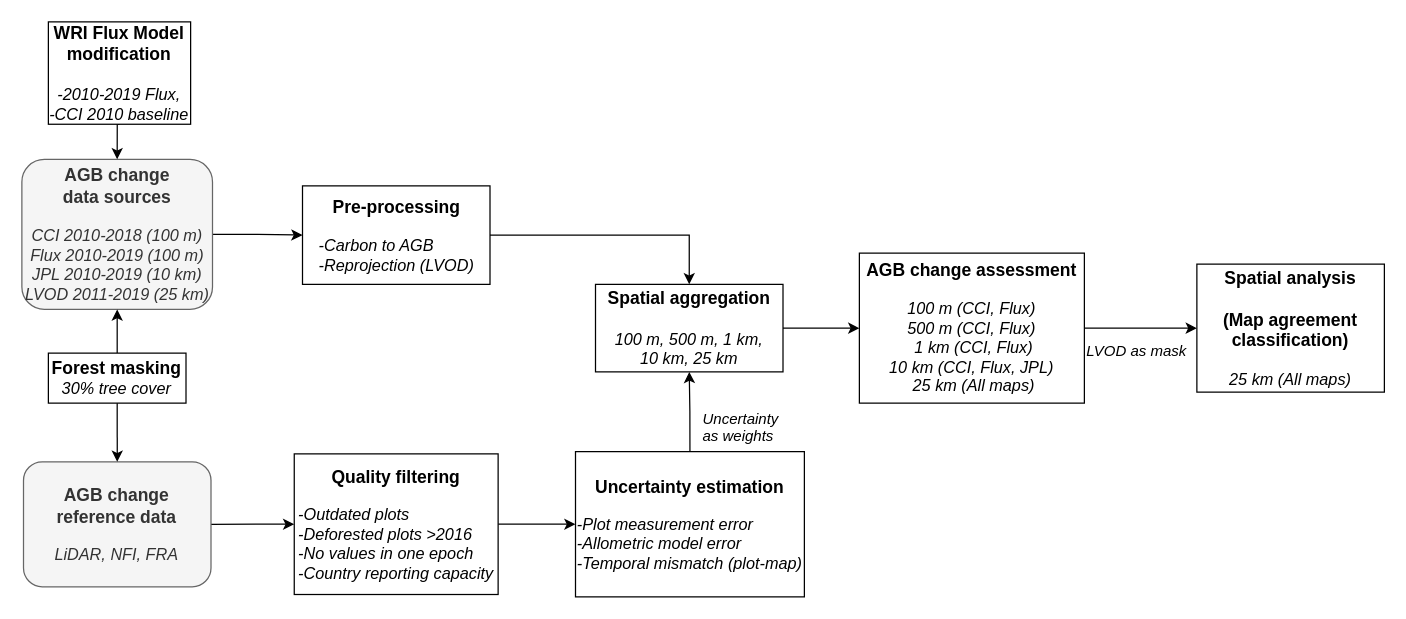
The draw.io diagram paper2.drawio in arnanaraza/diagrams, before the edit. Source tidied: cells renumbered, new cells numbered last; positions are measured from the earlier drawing's top-left corner, leaving out a move shared by most shapes. Both pictures are drawn from the tidied source at 125%, with x=0, y=0 at pixel (21, 21).
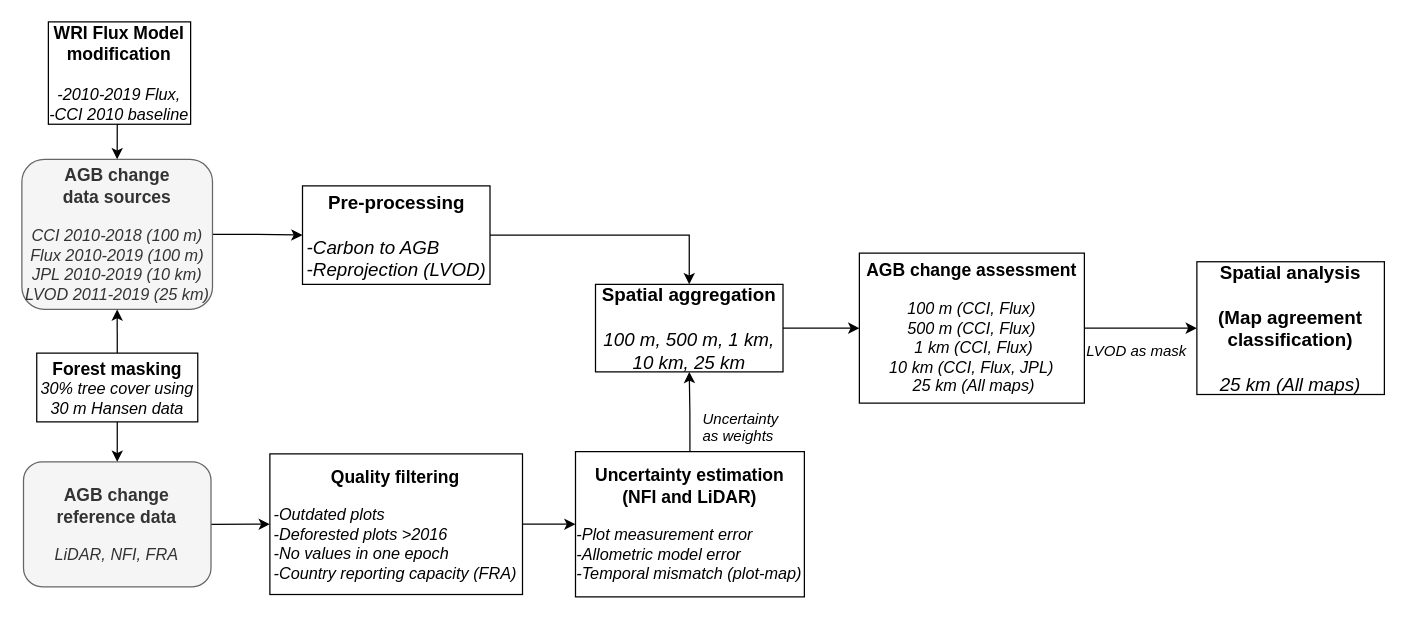
The same page after the edit.

Diff of the diagram source:
```diff
@@
-    <mxCell id="9" value="&lt;span style=&quot;font-size: 14px;&quot;&gt;&lt;b&gt;Uncertainty estimation&lt;/b&gt;&lt;/span&gt;&lt;br style=&quot;border-color: var(--border-color);&quot;&gt;&lt;div style=&quot;border-color: var(--border-color); text-align: left;&quot;&gt;&lt;i style=&quot;border-color: var(--border-color); background-color: initial;&quot;&gt;&lt;br&gt;&lt;/i&gt;&lt;/div&gt;&lt;div style=&quot;border-color: var(--border-color); text-align: left; font-size: 13px;&quot;&gt;&lt;i&gt;&lt;font style=&quot;font-size: 13px;&quot;&gt;-Plot measurement error&lt;/font&gt;&lt;/i&gt;&lt;/div&gt;&lt;div style=&quot;border-color: var(--border-color); text-align: left; font-size: 13px;&quot;&gt;&lt;i&gt;&lt;font style=&quot;font-size: 13px;&quot;&gt;-Allometric model error&lt;/font&gt;&lt;/i&gt;&lt;/div&gt;&lt;div style=&quot;border-color: var(--border-color); text-align: left; font-size: 13px;&quot;&gt;&lt;i&gt;&lt;font style=&quot;font-size: 13px;&quot;&gt;-Temporal mismatch (plot-map)&lt;/font&gt;&lt;/i&gt;&lt;/div&gt;" style="rounded=0;whiteSpace=wrap;html=1;" parent="1" vertex="1">
+    <mxCell id="9" value="&lt;span style=&quot;font-size: 14px;&quot;&gt;&lt;b&gt;Uncertainty estimation (NFI and LiDAR)&lt;/b&gt;&lt;/span&gt;&lt;br style=&quot;border-color: var(--border-color);&quot;&gt;&lt;div style=&quot;border-color: var(--border-color); text-align: left;&quot;&gt;&lt;i style=&quot;border-color: var(--border-color); background-color: initial;&quot;&gt;&lt;br&gt;&lt;/i&gt;&lt;/div&gt;&lt;div style=&quot;border-color: var(--border-color); text-align: left; font-size: 13px;&quot;&gt;&lt;i&gt;&lt;font style=&quot;font-size: 13px;&quot;&gt;-Plot measurement error&lt;/font&gt;&lt;/i&gt;&lt;/div&gt;&lt;div style=&quot;border-color: var(--border-color); text-align: left; font-size: 13px;&quot;&gt;&lt;i&gt;&lt;font style=&quot;font-size: 13px;&quot;&gt;-Allometric model error&lt;/font&gt;&lt;/i&gt;&lt;/div&gt;&lt;div style=&quot;border-color: var(--border-color); text-align: left; font-size: 13px;&quot;&gt;&lt;i&gt;&lt;font style=&quot;font-size: 13px;&quot;&gt;-Temporal mismatch (plot-map)&lt;/font&gt;&lt;/i&gt;&lt;/div&gt;" style="rounded=0;whiteSpace=wrap;html=1;" parent="1" vertex="1">
       <mxGeometry x="442.9" y="343.8" width="183.1" height="116.2" as="geometry" />
     </mxCell>
@@
-    <mxCell id="11" value="&lt;b style=&quot;font-size: 14px;&quot;&gt;Quality filtering&lt;br&gt;&lt;/b&gt;&lt;br&gt;&lt;div style=&quot;text-align: left; font-size: 13px;&quot;&gt;&lt;i style=&quot;background-color: initial; border-color: var(--border-color);&quot;&gt;-&lt;font style=&quot;font-size: 13px;&quot;&gt;Outdated plots&lt;/font&gt;&lt;/i&gt;&lt;/div&gt;&lt;div style=&quot;text-align: left; font-size: 13px;&quot;&gt;&lt;i style=&quot;background-color: initial; border-color: var(--border-color);&quot;&gt;&lt;font style=&quot;font-size: 13px;&quot;&gt;-Deforested plots &amp;gt;2016&amp;nbsp;&lt;/font&gt;&lt;/i&gt;&lt;/div&gt;&lt;i style=&quot;border-color: var(--border-color); font-size: 13px;&quot;&gt;&lt;div style=&quot;text-align: left;&quot;&gt;&lt;i style=&quot;background-color: initial; border-color: var(--border-color);&quot;&gt;&lt;i style=&quot;border-color: var(--border-color);&quot;&gt;&lt;font style=&quot;font-size: 13px;&quot;&gt;-No values in one epoch&lt;/font&gt;&lt;/i&gt;&lt;/i&gt;&lt;/div&gt;&lt;i style=&quot;border-color: var(--border-color);&quot;&gt;&lt;div style=&quot;text-align: left;&quot;&gt;&lt;i style=&quot;background-color: initial; border-color: var(--border-color);&quot;&gt;&lt;i style=&quot;border-color: var(--border-color);&quot;&gt;&lt;i style=&quot;border-color: var(--border-color);&quot;&gt;&lt;font style=&quot;font-size: 13px;&quot;&gt;-Country reporting capacit&lt;/font&gt;y&lt;/i&gt;&lt;/i&gt;&lt;/i&gt;&lt;/div&gt;&lt;/i&gt;&lt;/i&gt;" style="rounded=0;whiteSpace=wrap;html=1;" parent="1" vertex="1">
-      <mxGeometry x="217.9" y="345.6" width="163.1" height="112.5" as="geometry" />
+    <mxCell id="11" value="&lt;b style=&quot;font-size: 14px;&quot;&gt;Quality filtering&lt;br&gt;&lt;/b&gt;&lt;br&gt;&lt;div style=&quot;text-align: left; font-size: 13px;&quot;&gt;&lt;i style=&quot;background-color: initial; border-color: var(--border-color);&quot;&gt;-&lt;font style=&quot;font-size: 13px;&quot;&gt;Outdated plots&lt;/font&gt;&lt;/i&gt;&lt;/div&gt;&lt;div style=&quot;text-align: left; font-size: 13px;&quot;&gt;&lt;i style=&quot;background-color: initial; border-color: var(--border-color);&quot;&gt;&lt;font style=&quot;font-size: 13px;&quot;&gt;-Deforested plots &amp;gt;2016&amp;nbsp;&lt;/font&gt;&lt;/i&gt;&lt;/div&gt;&lt;i style=&quot;border-color: var(--border-color); font-size: 13px;&quot;&gt;&lt;div style=&quot;text-align: left;&quot;&gt;&lt;i style=&quot;background-color: initial; border-color: var(--border-color);&quot;&gt;&lt;i style=&quot;border-color: var(--border-color);&quot;&gt;&lt;font style=&quot;font-size: 13px;&quot;&gt;-No values in one epoch&lt;/font&gt;&lt;/i&gt;&lt;/i&gt;&lt;/div&gt;&lt;i style=&quot;border-color: var(--border-color);&quot;&gt;&lt;div style=&quot;text-align: left;&quot;&gt;&lt;i style=&quot;background-color: initial; border-color: var(--border-color);&quot;&gt;&lt;i style=&quot;border-color: var(--border-color);&quot;&gt;&lt;i style=&quot;border-color: var(--border-color);&quot;&gt;&lt;font style=&quot;font-size: 13px;&quot;&gt;-Country reporting capacit&lt;/font&gt;y (FRA)&lt;/i&gt;&lt;/i&gt;&lt;/i&gt;&lt;/div&gt;&lt;/i&gt;&lt;/i&gt;" style="rounded=0;whiteSpace=wrap;html=1;" parent="1" vertex="1">
+      <mxGeometry x="198.4" y="345.6" width="202.1" height="112.5" as="geometry" />
     </mxCell>
@@
-    <mxCell id="13" value="&lt;b&gt;&lt;font style=&quot;font-size: 14px;&quot;&gt;Pre-processing&lt;/font&gt;&lt;/b&gt;&lt;br&gt;&lt;i style=&quot;font-size: 13px;&quot;&gt;&lt;div style=&quot;text-align: left;&quot;&gt;&lt;i style=&quot;background-color: initial;&quot;&gt;&lt;font style=&quot;font-size: 13px;&quot;&gt;&lt;br&gt;&lt;/font&gt;&lt;/i&gt;&lt;/div&gt;&lt;div style=&quot;text-align: left;&quot;&gt;&lt;i style=&quot;background-color: initial;&quot;&gt;&lt;font style=&quot;font-size: 13px;&quot;&gt;-Carbon to AGB&amp;nbsp;&lt;/font&gt;&lt;/i&gt;&lt;/div&gt;&lt;div style=&quot;text-align: left;&quot;&gt;&lt;i style=&quot;background-color: initial;&quot;&gt;&lt;font style=&quot;font-size: 13px;&quot;&gt;-Reprojection (LVOD)&lt;/font&gt;&lt;/i&gt;&lt;/div&gt;&lt;/i&gt;" style="rounded=0;whiteSpace=wrap;html=1;" parent="1" vertex="1">
+    <mxCell id="13" value="&lt;b style=&quot;font-size: 15px;&quot;&gt;&lt;font style=&quot;font-size: 15px;&quot;&gt;Pre-processing&lt;/font&gt;&lt;/b&gt;&lt;br style=&quot;font-size: 15px;&quot;&gt;&lt;i style=&quot;font-size: 15px;&quot;&gt;&lt;div style=&quot;text-align: left; font-size: 15px;&quot;&gt;&lt;i style=&quot;background-color: initial; font-size: 15px;&quot;&gt;&lt;font style=&quot;font-size: 15px;&quot;&gt;&lt;br style=&quot;font-size: 15px;&quot;&gt;&lt;/font&gt;&lt;/i&gt;&lt;/div&gt;&lt;div style=&quot;text-align: left; font-size: 15px;&quot;&gt;&lt;i style=&quot;background-color: initial; font-size: 15px;&quot;&gt;&lt;font style=&quot;font-size: 15px;&quot;&gt;-Carbon to AGB&amp;nbsp;&lt;/font&gt;&lt;/i&gt;&lt;/div&gt;&lt;div style=&quot;text-align: left; font-size: 15px;&quot;&gt;&lt;i style=&quot;background-color: initial; font-size: 15px;&quot;&gt;&lt;font style=&quot;font-size: 15px;&quot;&gt;-Reprojection (LVOD)&lt;/font&gt;&lt;/i&gt;&lt;/div&gt;&lt;/i&gt;" style="rounded=0;whiteSpace=wrap;html=1;fontSize=15;" parent="1" vertex="1">
       <mxGeometry x="224.5" y="131.2" width="150" height="78.8" as="geometry" />
     </mxCell>
-    <mxCell id="14" value="&lt;b style=&quot;font-size: 14px;&quot;&gt;Spatial analysis&lt;br&gt;&lt;br&gt;(Map agreement classification)&lt;br&gt;&lt;/b&gt;&lt;br&gt;&lt;i&gt;&lt;font style=&quot;font-size: 13px;&quot;&gt;25 km (All maps)&lt;/font&gt;&lt;/i&gt;" style="rounded=0;whiteSpace=wrap;html=1;" parent="1" vertex="1">
-      <mxGeometry x="940" y="193.8" width="150" height="102.4" as="geometry" />
+    <mxCell id="14" value="&lt;font style=&quot;font-size: 15px;&quot;&gt;&lt;b style=&quot;&quot;&gt;Spatial analysis&lt;br&gt;&lt;br&gt;(Map agreement classification)&lt;br&gt;&lt;/b&gt;&lt;br&gt;&lt;i&gt;&lt;font style=&quot;font-size: 15px;&quot;&gt;25 km (All maps)&lt;/font&gt;&lt;/i&gt;&lt;/font&gt;" style="rounded=0;whiteSpace=wrap;html=1;" parent="1" vertex="1">
+      <mxGeometry x="940" y="191.9" width="150" height="106.2" as="geometry" />
     </mxCell>
@@
-    <mxCell id="17" value="&lt;font style=&quot;font-weight: bold; font-size: 14px;&quot;&gt;Forest masking&lt;/font&gt;&lt;span style=&quot;font-weight: bold; font-size: 13px;&quot;&gt; &lt;/span&gt;&lt;font size=&quot;1&quot; style=&quot;&quot;&gt;&lt;i style=&quot;font-size: 13px;&quot;&gt;30% tree cover&lt;/i&gt;&lt;/font&gt;" style="rounded=0;whiteSpace=wrap;html=1;" parent="1" vertex="1">
-      <mxGeometry x="21.2" y="265" width="110.1" height="40" as="geometry" />
+    <mxCell id="17" value="&lt;font style=&quot;font-weight: bold; font-size: 14px;&quot;&gt;Forest masking&lt;/font&gt;&lt;span style=&quot;font-weight: bold; font-size: 13px;&quot;&gt; &lt;/span&gt;&lt;font size=&quot;1&quot; style=&quot;&quot;&gt;&lt;i style=&quot;font-size: 13px;&quot;&gt;30% tree cover using 30 m Hansen data&lt;/i&gt;&lt;/font&gt;" style="rounded=0;whiteSpace=wrap;html=1;" parent="1" vertex="1">
+      <mxGeometry x="11.9" y="265" width="128.8" height="55" as="geometry" />
     </mxCell>
@@
-    <mxCell id="19" value="&lt;b style=&quot;font-size: 14px;&quot;&gt;Spatial aggregation&lt;br&gt;&lt;br&gt;&lt;/b&gt;&lt;i style=&quot;font-size: 13px;&quot;&gt;100 m, 500 m, 1 km,&lt;br style=&quot;border-color: var(--border-color);&quot;&gt;10 km, 25 km&lt;/i&gt;&lt;b&gt;&lt;br&gt;&lt;/b&gt;" style="rounded=0;whiteSpace=wrap;html=1;" parent="1" vertex="1">
+    <mxCell id="19" value="&lt;b style=&quot;font-size: 15px;&quot;&gt;Spatial aggregation&lt;br style=&quot;font-size: 15px;&quot;&gt;&lt;br style=&quot;font-size: 15px;&quot;&gt;&lt;/b&gt;&lt;i style=&quot;font-size: 15px;&quot;&gt;100 m, 500 m, 1 km,&lt;br style=&quot;border-color: var(--border-color); font-size: 15px;&quot;&gt;10 km, 25 km&lt;/i&gt;&lt;b style=&quot;font-size: 15px;&quot;&gt;&lt;br style=&quot;font-size: 15px;&quot;&gt;&lt;/b&gt;" style="rounded=0;whiteSpace=wrap;html=1;fontSize=15;" parent="1" vertex="1">
       <mxGeometry x="458.9" y="210" width="150" height="70" as="geometry" />
     </mxCell>
```
